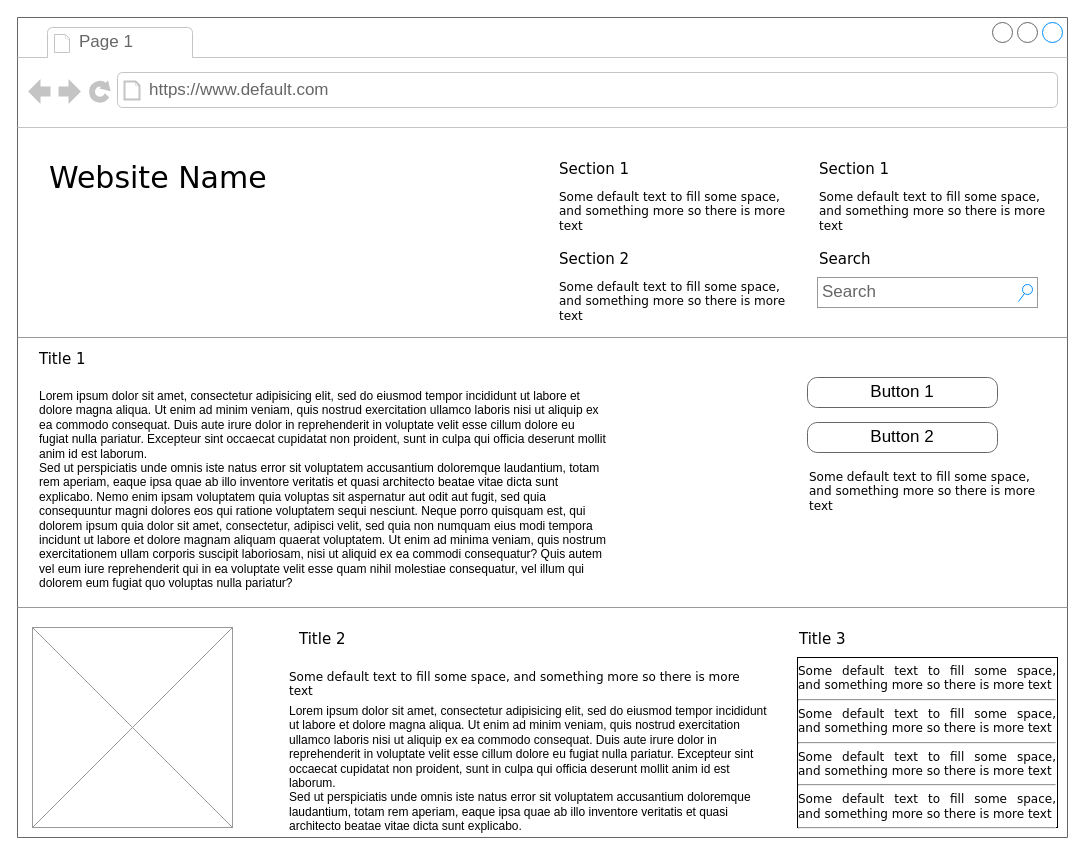
Before: ワイヤーフレーム.drawio in sunbreak-pro/caregestudy, a draw.io diagram. Source tidied: cells renumbered, new cells numbered last; positions are measured from the earlier drawing's top-left corner, leaving out a move shared by most shapes. Both pictures are drawn from the tidied source at 100%, with x=0, y=0 at pixel (17, 17).
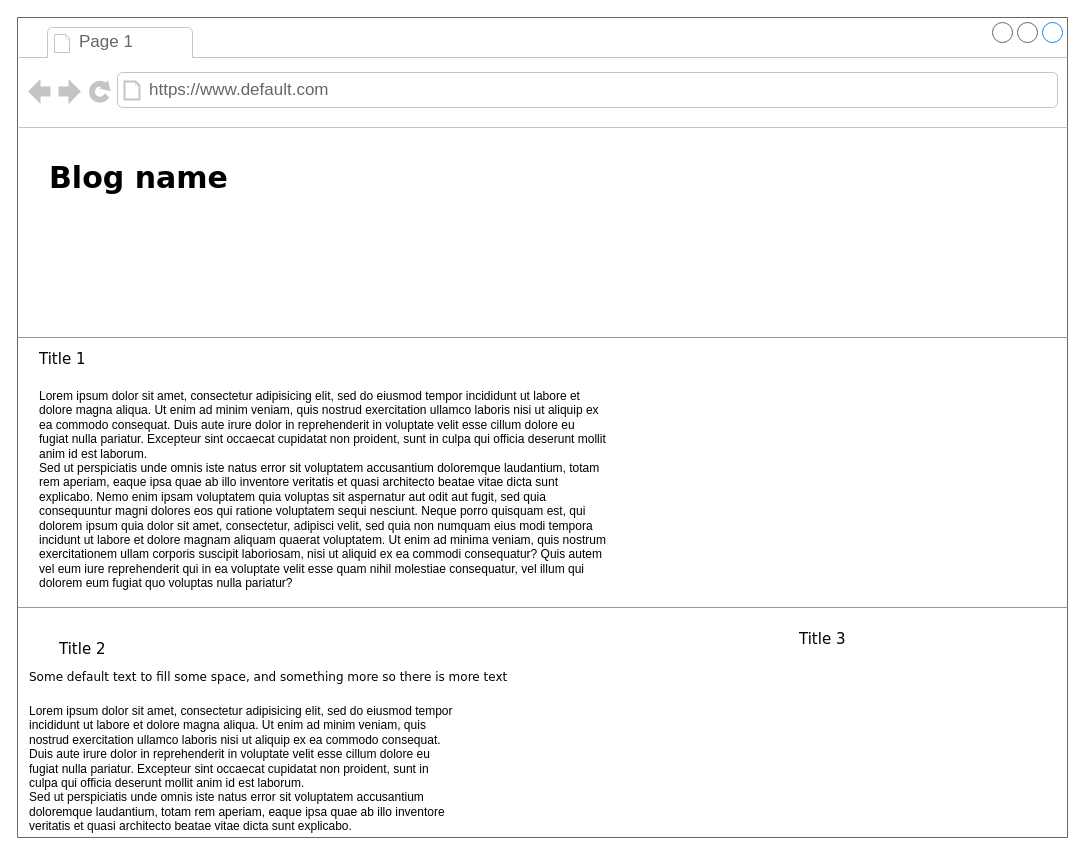
After the change.

Commit message:
ワイヤーフレーム.drawio を更新します

The change refers to these unchanged cells:
```xml
<mxCell id="2" style="strokeWidth=1;shadow=0;dashed=0;align=center;html=1;shape=mxgraph.mockup.containers.browserWindow;rSize=0;strokeColor=#666666;mainText=,;rounded=0;labelBackgroundColor=none;fontFamily=Verdana;fontSize=12;" parent="1" vertex="1">
  <mxGeometry width="1050" height="820" as="geometry" />
</mxCell>
```

Change to the diagram source:
```diff
@@
-    <mxCell id="5" value="Website Name" style="text;html=1;align=left;verticalAlign=top;spacingTop=-4;fontSize=30;fontFamily=Verdana;" parent="2" vertex="1">
+    <mxCell id="5" value="&lt;b&gt;Blog name&lt;/b&gt;" style="text;html=1;align=left;verticalAlign=top;spacingTop=-4;fontSize=30;fontFamily=Verdana;" parent="2" vertex="1">
       <mxGeometry x="30" y="140" width="340" height="50" as="geometry" />
     </mxCell>
-    <mxCell id="6" value="Section 1" style="text;html=1;align=left;verticalAlign=top;spacingTop=-4;fontSize=15;fontFamily=Verdana;" parent="2" vertex="1">
-      <mxGeometry x="540" y="140" width="170" height="30" as="geometry" />
-    </mxCell>
-    <mxCell id="7" value="Some default text to fill some space, and&amp;nbsp;&lt;span&gt;something more so there is more text&lt;/span&gt;" style="text;html=1;align=left;verticalAlign=top;spacingTop=-4;fontSize=12;fontFamily=Verdana;whiteSpace=wrap;" parent="2" vertex="1">
-      <mxGeometry x="540" y="170" width="240" height="40" as="geometry" />
-    </mxCell>
-    <mxCell id="8" value="Section 2" style="text;html=1;align=left;verticalAlign=top;spacingTop=-4;fontSize=15;fontFamily=Verdana;" parent="2" vertex="1">
-      <mxGeometry x="540" y="230" width="170" height="30" as="geometry" />
-    </mxCell>
-    <mxCell id="9" value="Some default text to fill some space, and&amp;nbsp;&lt;span&gt;something more so there is more text&lt;/span&gt;" style="text;html=1;align=left;verticalAlign=top;spacingTop=-4;fontSize=12;fontFamily=Verdana;whiteSpace=wrap;" parent="2" vertex="1">
-      <mxGeometry x="540" y="260" width="240" height="40" as="geometry" />
-    </mxCell>
-    <mxCell id="10" value="Section 1" style="text;html=1;align=left;verticalAlign=top;spacingTop=-4;fontSize=15;fontFamily=Verdana;" parent="2" vertex="1">
-      <mxGeometry x="800" y="140" width="170" height="30" as="geometry" />
-    </mxCell>
-    <mxCell id="11" value="Some default text to fill some space, and&amp;nbsp;&lt;span&gt;something more so there is more text&lt;/span&gt;" style="text;html=1;align=left;verticalAlign=top;spacingTop=-4;fontSize=12;fontFamily=Verdana;whiteSpace=wrap;" parent="2" vertex="1">
-      <mxGeometry x="800" y="170" width="240" height="40" as="geometry" />
-    </mxCell>
-    <mxCell id="12" value="Search" style="text;html=1;align=left;verticalAlign=top;spacingTop=-4;fontSize=15;fontFamily=Verdana;" parent="2" vertex="1">
-      <mxGeometry x="800" y="230" width="170" height="30" as="geometry" />
-    </mxCell>
-    <mxCell id="13" value="Search" style="strokeWidth=1;shadow=0;dashed=0;align=center;html=1;shape=mxgraph.mockup.forms.searchBox;strokeColor=#999999;mainText=;strokeColor2=#008cff;fontColor=#666666;fontSize=17;align=left;spacingLeft=3;rounded=0;labelBackgroundColor=none;" parent="2" vertex="1">
-      <mxGeometry x="800" y="260" width="220" height="30" as="geometry" />
-    </mxCell>
@@
-    <mxCell id="17" value="Button 1" style="strokeWidth=1;shadow=0;dashed=0;align=center;html=1;shape=mxgraph.mockup.buttons.button;strokeColor=#666666;mainText=;buttonStyle=round;fontSize=17;fontStyle=0;fillColor=none;whiteSpace=wrap;rounded=0;labelBackgroundColor=none;" parent="2" vertex="1">
-      <mxGeometry x="790" y="360" width="190" height="30" as="geometry" />
-    </mxCell>
-    <mxCell id="18" value="Button 2" style="strokeWidth=1;shadow=0;dashed=0;align=center;html=1;shape=mxgraph.mockup.buttons.button;strokeColor=#666666;mainText=;buttonStyle=round;fontSize=17;fontStyle=0;fillColor=none;whiteSpace=wrap;rounded=0;labelBackgroundColor=none;" parent="2" vertex="1">
-      <mxGeometry x="790" y="405" width="190" height="30" as="geometry" />
-    </mxCell>
-    <mxCell id="19" value="Some default text to fill some space, and&amp;nbsp;&lt;span&gt;something more so there is more text&lt;/span&gt;" style="text;html=1;align=left;verticalAlign=top;spacingTop=-4;fontSize=12;fontFamily=Verdana;whiteSpace=wrap;" parent="2" vertex="1">
-      <mxGeometry x="790" y="450" width="240" height="40" as="geometry" />
-    </mxCell>
@@
-    <mxCell id="21" style="verticalLabelPosition=bottom;shadow=0;dashed=0;align=center;html=1;verticalAlign=top;strokeWidth=1;shape=mxgraph.mockup.graphics.simpleIcon;strokeColor=#999999;fillColor=#ffffff;rounded=0;labelBackgroundColor=none;fontFamily=Verdana;fontSize=12;fontColor=#000000;" parent="2" vertex="1">
-      <mxGeometry x="15" y="610" width="200" height="200" as="geometry" />
-    </mxCell>
     <mxCell id="22" value="Title 2" style="text;html=1;align=left;verticalAlign=top;spacingTop=-4;fontSize=15;fontFamily=Verdana;" parent="2" vertex="1">
-      <mxGeometry x="280" y="610" width="170" height="30" as="geometry" />
+      <mxGeometry x="40" y="620" width="170" height="30" as="geometry" />
     </mxCell>
@@
-    <mxCell id="24" value="&lt;div style=&quot;text-align: justify&quot;&gt;&lt;span&gt;Some default text to fill some space, and&amp;nbsp;&lt;/span&gt;&lt;span&gt;something more so there is more text&lt;/span&gt;&lt;/div&gt;&lt;div style=&quot;text-align: justify&quot;&gt;&lt;hr id=&quot;null&quot; style=&quot;text-align: justify&quot;&gt;&lt;span&gt;&lt;div style=&quot;text-align: justify&quot;&gt;&lt;span&gt;Some default text to fill some space, and&amp;nbsp;&lt;/span&gt;&lt;span&gt;something more so there is more text&lt;/span&gt;&lt;/div&gt;&lt;/span&gt;&lt;/div&gt;&lt;hr id=&quot;null&quot; style=&quot;text-align: justify&quot;&gt;&lt;span&gt;&lt;div style=&quot;text-align: justify&quot;&gt;&lt;span&gt;Some default text to fill some space, and&amp;nbsp;&lt;/span&gt;&lt;span&gt;something more so there is more text&lt;/span&gt;&lt;/div&gt;&lt;/span&gt;&lt;hr id=&quot;null&quot; style=&quot;text-align: justify&quot;&gt;&lt;span&gt;&lt;div style=&quot;text-align: justify&quot;&gt;&lt;span&gt;Some default text to fill some space, and&amp;nbsp;&lt;/span&gt;&lt;span&gt;something more so there is more text&lt;/span&gt;&lt;/div&gt;&lt;/span&gt;&lt;hr id=&quot;null&quot; style=&quot;text-align: left&quot;&gt;" style="whiteSpace=wrap;html=1;rounded=0;shadow=0;labelBackgroundColor=none;strokeWidth=1;fontFamily=Verdana;fontSize=12;align=center;verticalAlign=top;" parent="2" vertex="1">
-      <mxGeometry x="780" y="640" width="260" height="170" as="geometry" />
-    </mxCell>
     <mxCell id="25" value="Some default text to fill some space, and&amp;nbsp;&lt;span&gt;something more so there is more text&lt;/span&gt;" style="text;html=1;align=left;verticalAlign=top;spacingTop=-4;fontSize=12;fontFamily=Verdana;whiteSpace=wrap;" parent="2" vertex="1">
-      <mxGeometry x="270" y="650" width="470" height="40" as="geometry" />
+      <mxGeometry x="10" y="650" width="500" height="40" as="geometry" />
     </mxCell>
     <mxCell id="26" value="Lorem ipsum dolor sit amet, consectetur adipisicing elit, sed do eiusmod tempor incididunt ut labore et dolore magna aliqua. Ut enim ad minim veniam, quis nostrud exercitation ullamco laboris nisi ut aliquip ex ea commodo consequat. Duis aute irure dolor in reprehenderit in voluptate velit esse cillum dolore eu fugiat nulla pariatur. Excepteur sint occaecat cupidatat non proident, sunt in culpa qui officia deserunt mollit anim id est laborum.&lt;br&gt;Sed ut perspiciatis unde omnis iste natus error sit voluptatem accusantium doloremque laudantium, totam rem aperiam, eaque ipsa quae ab illo inventore veritatis et quasi architecto beatae vitae dicta sunt explicabo.&amp;nbsp;" style="text;spacingTop=-5;whiteSpace=wrap;html=1;align=left;fontSize=12;fontFamily=Helvetica;fillColor=none;strokeColor=none;rounded=0;shadow=1;labelBackgroundColor=none;" parent="1" vertex="1">
-      <mxGeometry x="270" y="685" width="490" height="125" as="geometry" />
+      <mxGeometry x="10" y="685" width="430" height="125" as="geometry" />
     </mxCell>
```
